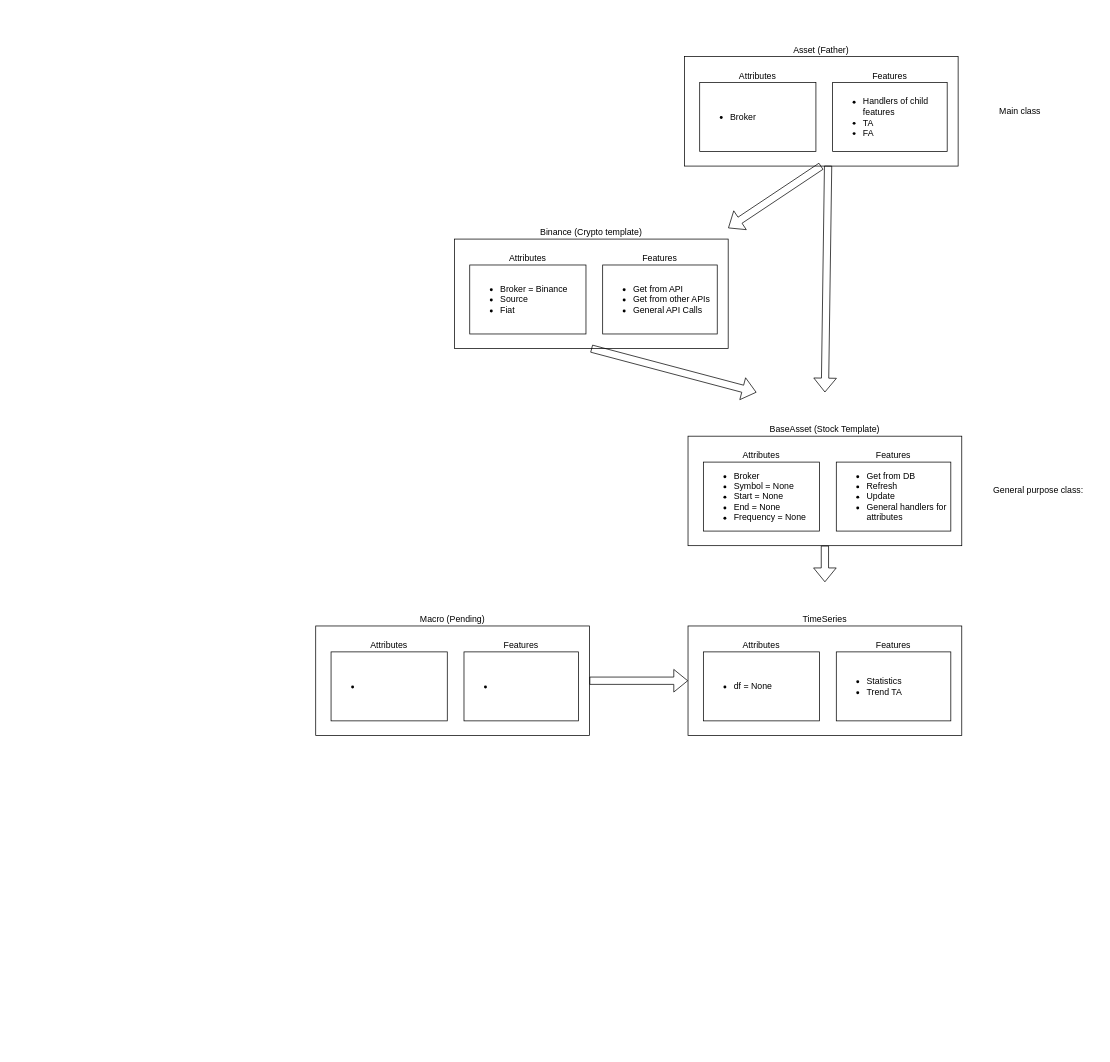
Above: page "Assets" (1 of 4) of DesignProject.drawio in RamonHA/trading (draw.io), before the change. Source tidied: cells renumbered, new cells numbered last; positions are measured from the earlier drawing's top-left corner, leaving out a move shared by most shapes. Both pictures are drawn from the tidied source at 73%, with x=0, y=0 at pixel (315, 12).
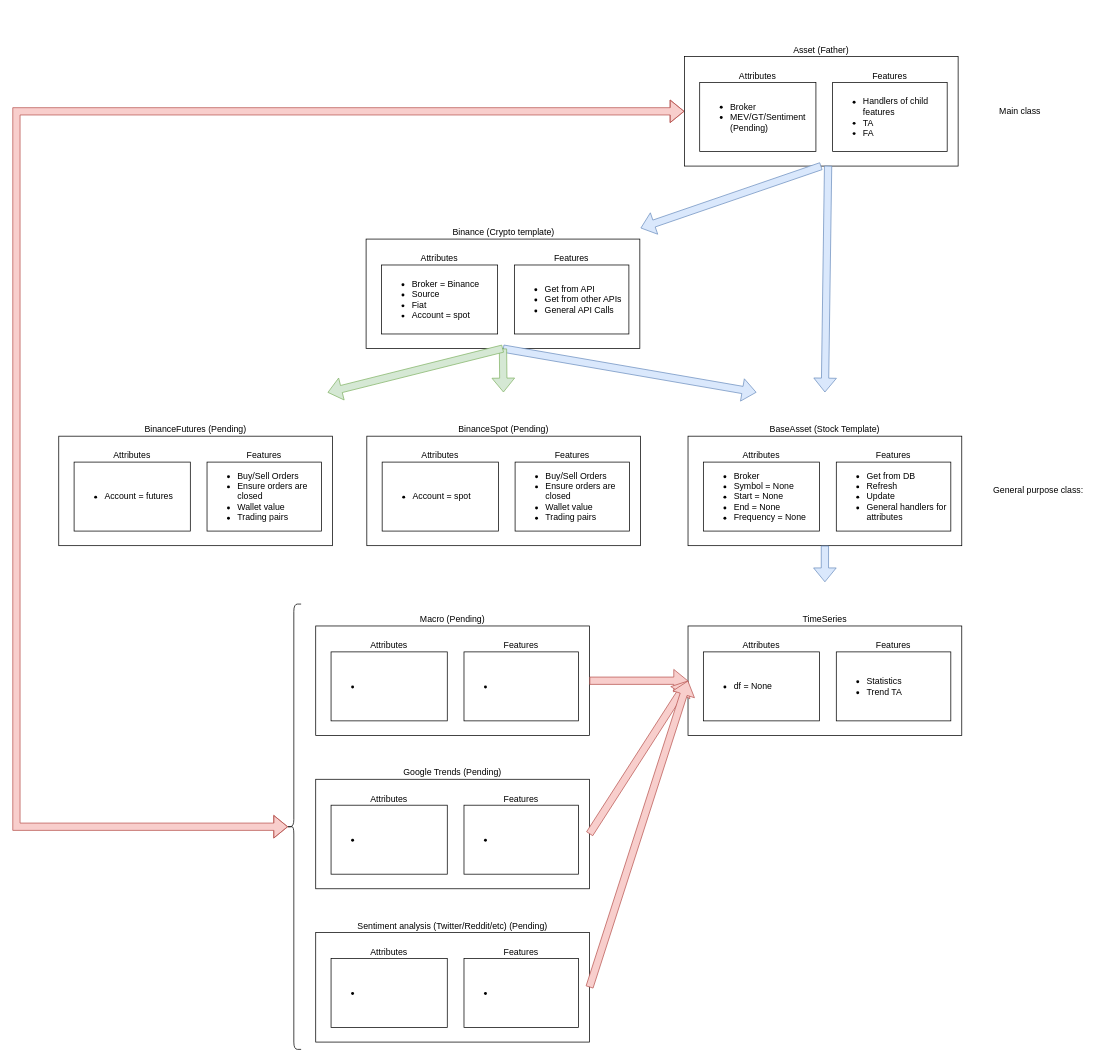
The same page after the edit.

Unchanged cells that the change refers to:
```xml
<mxCell id="3" style="rounded=0;whiteSpace=wrap;html=1;" parent="2" vertex="1">
  <mxGeometry y="60" width="375" height="150" as="geometry" />
</mxCell>
<mxCell id="5" style="group;" parent="2" vertex="1">
  <mxGeometry x="21" y="60" width="159.2" height="130" as="geometry" />
</mxCell>
<mxCell id="13" value="Binance (Crypto template)" style="text;html=1;strokeColor=none;fillColor=none;align=center;verticalAlign=bottom;whiteSpace=wrap;rounded=0;" parent="11" vertex="1">
  <mxGeometry width="375" height="60" as="geometry" />
</mxCell>
<mxCell id="21" style="rounded=0;whiteSpace=wrap;html=1;" parent="20" vertex="1">
  <mxGeometry y="60" width="375" height="150" as="geometry" />
</mxCell>
<mxCell id="22" value="BaseAsset (Stock Template)" style="text;html=1;strokeColor=none;fillColor=none;align=center;verticalAlign=bottom;whiteSpace=wrap;rounded=0;" parent="20" vertex="1">
  <mxGeometry width="375" height="60" as="geometry" />
</mxCell>
<mxCell id="35" style="rounded=0;whiteSpace=wrap;html=1;" parent="34" vertex="1">
  <mxGeometry y="60" width="375" height="150" as="geometry" />
</mxCell>
<mxCell id="42" value="TimeSeries" style="text;html=1;strokeColor=none;fillColor=none;align=center;verticalAlign=bottom;whiteSpace=wrap;rounded=0;" parent="34" vertex="1">
  <mxGeometry width="375" height="60" as="geometry" />
</mxCell>
<mxCell id="44" style="rounded=0;whiteSpace=wrap;html=1;" parent="43" vertex="1">
  <mxGeometry y="60" width="375" height="150" as="geometry" />
</mxCell>
```

What changed in the source:
```diff
@@
-    <mxCell id="6" value="&lt;ul&gt;&lt;li&gt;Broker&lt;/li&gt;&lt;/ul&gt;" style="rounded=0;whiteSpace=wrap;html=1;align=left;" parent="5" vertex="1">
+    <mxCell id="6" value="&lt;ul&gt;&lt;li&gt;Broker&lt;/li&gt;&lt;li&gt;MEV/GT/Sentiment (Pending)&lt;/li&gt;&lt;/ul&gt;" style="rounded=0;whiteSpace=wrap;html=1;align=left;" parent="5" vertex="1">
       <mxGeometry y="35.5" width="159.2" height="94.5" as="geometry" />
     </mxCell>
@@
     <mxCell id="11" style="group;" parent="1" vertex="1">
-      <mxGeometry x="190" y="250" width="375" height="220" as="geometry" />
+      <mxGeometry x="70" y="250" width="375" height="220" as="geometry" />
     </mxCell>
     <mxCell id="12" style="rounded=0;whiteSpace=wrap;html=1;" parent="11" vertex="1">
-      <mxGeometry y="60" width="375" height="150" as="geometry" />
+      <mxGeometry x="-1" y="60" width="375" height="150" as="geometry" />
     </mxCell>
@@
     <mxCell id="14" style="group;" parent="11" vertex="1">
-      <mxGeometry x="21" y="60" width="159.2" height="130" as="geometry" />
+      <mxGeometry x="20" y="60" width="159.2" height="130" as="geometry" />
     </mxCell>
-    <mxCell id="15" value="&lt;ul style=&quot;border-color: var(--border-color);&quot;&gt;&lt;li style=&quot;border-color: var(--border-color);&quot;&gt;Broker = Binance&lt;/li&gt;&lt;li style=&quot;border-color: var(--border-color);&quot;&gt;Source&lt;/li&gt;&lt;li style=&quot;border-color: var(--border-color);&quot;&gt;Fiat&lt;/li&gt;&lt;/ul&gt;" style="rounded=0;whiteSpace=wrap;html=1;align=left;" parent="14" vertex="1">
+    <mxCell id="15" value="&lt;ul style=&quot;border-color: var(--border-color);&quot;&gt;&lt;li style=&quot;border-color: var(--border-color);&quot;&gt;Broker = Binance&lt;/li&gt;&lt;li style=&quot;border-color: var(--border-color);&quot;&gt;Source&lt;/li&gt;&lt;li style=&quot;border-color: var(--border-color);&quot;&gt;Fiat&lt;/li&gt;&lt;li style=&quot;border-color: var(--border-color);&quot;&gt;Account = spot&lt;/li&gt;&lt;/ul&gt;" style="rounded=0;whiteSpace=wrap;html=1;align=left;" parent="14" vertex="1">
       <mxGeometry y="35.5" width="159.2" height="94.5" as="geometry" />
     </mxCell>
@@
     <mxCell id="17" style="group;" parent="11" vertex="1">
-      <mxGeometry x="203.1" y="60" width="156.9" height="130" as="geometry" />
+      <mxGeometry x="202.1" y="60" width="156.9" height="130" as="geometry" />
     </mxCell>
@@
-    <mxCell id="29" style="shape=flexArrow;endArrow=classic;html=1;rounded=0;entryX=0.5;entryY=0;entryDx=0;entryDy=0;exitX=0.525;exitY=0.997;exitDx=0;exitDy=0;exitPerimeter=0;" parent="1" edge="1" source="3" target="22">
+    <mxCell id="29" style="shape=flexArrow;endArrow=classic;html=1;rounded=0;entryX=0.5;entryY=0;entryDx=0;entryDy=0;exitX=0.525;exitY=0.997;exitDx=0;exitDy=0;exitPerimeter=0;fillColor=#dae8fc;strokeColor=#6c8ebf;" parent="1" edge="1" source="3" target="22">
       <mxGeometry relative="1" as="geometry" />
     </mxCell>
-    <mxCell id="30" style="shape=flexArrow;endArrow=classic;html=1;rounded=0;entryX=1;entryY=0.75;entryDx=0;entryDy=0;exitX=0.5;exitY=1;exitDx=0;exitDy=0;" parent="1" edge="1" source="3" target="13">
+    <mxCell id="30" style="shape=flexArrow;endArrow=classic;html=1;rounded=0;entryX=1;entryY=0.75;entryDx=0;entryDy=0;exitX=0.5;exitY=1;exitDx=0;exitDy=0;fillColor=#dae8fc;strokeColor=#6c8ebf;" parent="1" edge="1" source="3" target="13">
       <mxGeometry relative="1" as="geometry" />
     </mxCell>
-    <mxCell id="31" style="shape=flexArrow;endArrow=classic;html=1;rounded=0;entryX=0.25;entryY=0;entryDx=0;entryDy=0;exitX=0.5;exitY=1;exitDx=0;exitDy=0;" parent="1" edge="1" source="12" target="22">
+    <mxCell id="31" style="shape=flexArrow;endArrow=classic;html=1;rounded=0;entryX=0.25;entryY=0;entryDx=0;entryDy=0;exitX=0.5;exitY=1;exitDx=0;exitDy=0;fillColor=#dae8fc;strokeColor=#6c8ebf;" parent="1" edge="1" source="12" target="22">
       <mxGeometry relative="1" as="geometry" />
     </mxCell>
@@
-    <mxCell id="33" style="shape=flexArrow;endArrow=classic;html=1;rounded=0;exitX=0.5;exitY=1;exitDx=0;exitDy=0;entryX=0.5;entryY=0;entryDx=0;entryDy=0;" parent="1" edge="1" source="21" target="42">
+    <mxCell id="33" style="shape=flexArrow;endArrow=classic;html=1;rounded=0;exitX=0.5;exitY=1;exitDx=0;exitDy=0;entryX=0.5;entryY=0;entryDx=0;entryDy=0;fillColor=#dae8fc;strokeColor=#6c8ebf;" parent="1" edge="1" source="21" target="42">
       <mxGeometry relative="1" as="geometry" />
     </mxCell>
@@
-    <mxCell id="52" style="shape=flexArrow;endArrow=classic;html=1;rounded=0;entryX=0;entryY=0.5;entryDx=0;entryDy=0;exitX=1;exitY=0.5;exitDx=0;exitDy=0;" parent="1" edge="1" source="44" target="35">
+    <mxCell id="52" style="shape=flexArrow;endArrow=classic;html=1;rounded=0;entryX=0;entryY=0.5;entryDx=0;entryDy=0;exitX=1;exitY=0.5;exitDx=0;exitDy=0;fillColor=#f8cecc;strokeColor=#b85450;" parent="1" edge="1" source="44" target="35">
       <mxGeometry relative="1" as="geometry" />
     </mxCell>
@@
+    <mxCell id="54" style="group;" parent="1" vertex="1">
+      <mxGeometry x="70" y="520" width="375" height="220" as="geometry" />
+    </mxCell>
+    <mxCell id="55" style="rounded=0;whiteSpace=wrap;html=1;" parent="54" vertex="1">
+      <mxGeometry y="60" width="375" height="150" as="geometry" />
+    </mxCell>
+    <mxCell id="56" value="BinanceSpot (Pending)" style="text;html=1;strokeColor=none;fillColor=none;align=center;verticalAlign=bottom;whiteSpace=wrap;rounded=0;" parent="54" vertex="1">
+      <mxGeometry width="375" height="60" as="geometry" />
+    </mxCell>
+    <mxCell id="57" style="group;" parent="54" vertex="1">
+      <mxGeometry x="21" y="60" width="159.2" height="130" as="geometry" />
+    </mxCell>
+    <mxCell id="58" value="&lt;ul style=&quot;border-color: var(--border-color);&quot;&gt;&lt;li style=&quot;border-color: var(--border-color);&quot;&gt;Account = spot&lt;/li&gt;&lt;/ul&gt;" style="rounded=0;whiteSpace=wrap;html=1;align=left;" parent="57" vertex="1">
+      <mxGeometry y="35.5" width="159.2" height="94.5" as="geometry" />
+    </mxCell>
+    <mxCell id="59" value="Attributes" style="text;html=1;strokeColor=none;fillColor=none;align=center;verticalAlign=bottom;whiteSpace=wrap;rounded=0;" parent="57" vertex="1">
+      <mxGeometry width="159.2" height="35.5" as="geometry" />
+    </mxCell>
+    <mxCell id="60" style="group;" parent="54" vertex="1">
+      <mxGeometry x="203.1" y="60" width="156.9" height="130" as="geometry" />
+    </mxCell>
+    <mxCell id="61" value="&lt;ul&gt;&lt;li style=&quot;border-color: var(--border-color);&quot;&gt;Buy/Sell Orders&lt;/li&gt;&lt;li style=&quot;border-color: var(--border-color);&quot;&gt;Ensure orders are closed&lt;/li&gt;&lt;li style=&quot;border-color: var(--border-color);&quot;&gt;Wallet value&lt;/li&gt;&lt;li style=&quot;border-color: var(--border-color);&quot;&gt;Trading pairs&lt;/li&gt;&lt;/ul&gt;" style="rounded=0;whiteSpace=wrap;html=1;align=left;" parent="60" vertex="1">
+      <mxGeometry y="35.5" width="156.9" height="94.5" as="geometry" />
+    </mxCell>
+    <mxCell id="62" value="Features" style="text;html=1;strokeColor=none;fillColor=none;align=center;verticalAlign=bottom;whiteSpace=wrap;rounded=0;" parent="60" vertex="1">
+      <mxGeometry width="156.9" height="35.5" as="geometry" />
+    </mxCell>
+    <mxCell id="63" style="group;" parent="1" vertex="1">
+      <mxGeometry x="-352" y="520" width="375" height="220" as="geometry" />
+    </mxCell>
+    <mxCell id="64" style="rounded=0;whiteSpace=wrap;html=1;" parent="63" vertex="1">
+      <mxGeometry y="60" width="375" height="150" as="geometry" />
+    </mxCell>
+    <mxCell id="65" value="BinanceFutures (Pending)" style="text;html=1;strokeColor=none;fillColor=none;align=center;verticalAlign=bottom;whiteSpace=wrap;rounded=0;" parent="63" vertex="1">
+      <mxGeometry width="375" height="60" as="geometry" />
+    </mxCell>
+    <mxCell id="66" style="group;" parent="63" vertex="1">
+      <mxGeometry x="21" y="60" width="159.2" height="130" as="geometry" />
+    </mxCell>
+    <mxCell id="67" value="&lt;ul style=&quot;border-color: var(--border-color);&quot;&gt;&lt;li style=&quot;border-color: var(--border-color);&quot;&gt;Account = futures&lt;/li&gt;&lt;/ul&gt;" style="rounded=0;whiteSpace=wrap;html=1;align=left;" parent="66" vertex="1">
+      <mxGeometry y="35.5" width="159.2" height="94.5" as="geometry" />
+    </mxCell>
+    <mxCell id="68" value="Attributes" style="text;html=1;strokeColor=none;fillColor=none;align=center;verticalAlign=bottom;whiteSpace=wrap;rounded=0;" parent="66" vertex="1">
+      <mxGeometry width="159.2" height="35.5" as="geometry" />
+    </mxCell>
+    <mxCell id="69" style="group;" parent="63" vertex="1">
+      <mxGeometry x="203.1" y="60" width="156.9" height="130" as="geometry" />
+    </mxCell>
+    <mxCell id="70" value="&lt;ul&gt;&lt;li style=&quot;border-color: var(--border-color);&quot;&gt;Buy/Sell Orders&lt;/li&gt;&lt;li style=&quot;border-color: var(--border-color);&quot;&gt;Ensure orders are closed&lt;/li&gt;&lt;li style=&quot;border-color: var(--border-color);&quot;&gt;Wallet value&lt;/li&gt;&lt;li style=&quot;border-color: var(--border-color);&quot;&gt;Trading pairs&lt;/li&gt;&lt;/ul&gt;" style="rounded=0;whiteSpace=wrap;html=1;align=left;" parent="69" vertex="1">
+      <mxGeometry y="35.5" width="156.9" height="94.5" as="geometry" />
+    </mxCell>
+    <mxCell id="71" value="Features" style="text;html=1;strokeColor=none;fillColor=none;align=center;verticalAlign=bottom;whiteSpace=wrap;rounded=0;" parent="69" vertex="1">
+      <mxGeometry width="156.9" height="35.5" as="geometry" />
+    </mxCell>
+    <mxCell id="72" style="shape=flexArrow;endArrow=classic;html=1;rounded=0;exitX=0.5;exitY=1;exitDx=0;exitDy=0;fillColor=#d5e8d4;strokeColor=#82b366;" parent="1" edge="1" source="12" target="56">
+      <mxGeometry relative="1" as="geometry" />
+    </mxCell>
+    <mxCell id="73" style="shape=flexArrow;endArrow=classic;html=1;rounded=0;entryX=0.982;entryY=0.002;entryDx=0;entryDy=0;exitX=0.5;exitY=1;exitDx=0;exitDy=0;entryPerimeter=0;fillColor=#d5e8d4;strokeColor=#82b366;" parent="1" edge="1" source="12" target="65">
+      <mxGeometry relative="1" as="geometry" />
+    </mxCell>
+    <mxCell id="74" style="group;" parent="1" vertex="1">
+      <mxGeometry y="990" width="375" height="220" as="geometry" />
+    </mxCell>
+    <mxCell id="75" style="rounded=0;whiteSpace=wrap;html=1;" parent="74" vertex="1">
+      <mxGeometry y="60" width="375" height="150" as="geometry" />
+    </mxCell>
+    <mxCell id="76" value="Google Trends (Pending)" style="text;html=1;strokeColor=none;fillColor=none;align=center;verticalAlign=bottom;whiteSpace=wrap;rounded=0;" parent="74" vertex="1">
+      <mxGeometry width="375" height="60" as="geometry" />
+    </mxCell>
+    <mxCell id="77" style="group;" parent="74" vertex="1">
+      <mxGeometry x="21" y="60" width="159.2" height="130" as="geometry" />
+    </mxCell>
+    <mxCell id="78" value="&lt;ul&gt;&lt;li&gt;&lt;br&gt;&lt;/li&gt;&lt;/ul&gt;" style="rounded=0;whiteSpace=wrap;html=1;align=left;" parent="77" vertex="1">
+      <mxGeometry y="35.5" width="159.2" height="94.5" as="geometry" />
+    </mxCell>
+    <mxCell id="79" value="Attributes" style="text;html=1;strokeColor=none;fillColor=none;align=center;verticalAlign=bottom;whiteSpace=wrap;rounded=0;" parent="77" vertex="1">
+      <mxGeometry width="159.2" height="35.5" as="geometry" />
+    </mxCell>
+    <mxCell id="80" style="group;" parent="74" vertex="1">
+      <mxGeometry x="203.1" y="60" width="156.9" height="130" as="geometry" />
+    </mxCell>
+    <mxCell id="81" value="&lt;ul&gt;&lt;li&gt;&lt;br&gt;&lt;/li&gt;&lt;/ul&gt;" style="rounded=0;whiteSpace=wrap;html=1;align=left;" parent="80" vertex="1">
+      <mxGeometry y="35.5" width="156.9" height="94.5" as="geometry" />
+    </mxCell>
+    <mxCell id="82" value="Features" style="text;html=1;strokeColor=none;fillColor=none;align=center;verticalAlign=bottom;whiteSpace=wrap;rounded=0;" parent="80" vertex="1">
+      <mxGeometry width="156.9" height="35.5" as="geometry" />
+    </mxCell>
+    <mxCell id="83" style="group;" parent="1" vertex="1">
+      <mxGeometry y="1200" width="375" height="220" as="geometry" />
+    </mxCell>
+    <mxCell id="84" style="rounded=0;whiteSpace=wrap;html=1;" parent="83" vertex="1">
+      <mxGeometry y="60" width="375" height="150" as="geometry" />
+    </mxCell>
+    <mxCell id="85" value="Sentiment analysis (Twitter/Reddit/etc) (Pending)" style="text;html=1;strokeColor=none;fillColor=none;align=center;verticalAlign=bottom;whiteSpace=wrap;rounded=0;" parent="83" vertex="1">
+      <mxGeometry width="375" height="60" as="geometry" />
+    </mxCell>
+    <mxCell id="86" style="group;" parent="83" vertex="1">
+      <mxGeometry x="21" y="60" width="159.2" height="130" as="geometry" />
+    </mxCell>
+    <mxCell id="87" value="&lt;ul&gt;&lt;li&gt;&lt;br&gt;&lt;/li&gt;&lt;/ul&gt;" style="rounded=0;whiteSpace=wrap;html=1;align=left;" parent="86" vertex="1">
+      <mxGeometry y="35.5" width="159.2" height="94.5" as="geometry" />
+    </mxCell>
+    <mxCell id="88" value="Attributes" style="text;html=1;strokeColor=none;fillColor=none;align=center;verticalAlign=bottom;whiteSpace=wrap;rounded=0;" parent="86" vertex="1">
+      <mxGeometry width="159.2" height="35.5" as="geometry" />
+    </mxCell>
+    <mxCell id="89" style="group;" parent="83" vertex="1">
+      <mxGeometry x="203.1" y="60" width="156.9" height="130" as="geometry" />
+    </mxCell>
+    <mxCell id="90" value="&lt;ul&gt;&lt;li&gt;&lt;br&gt;&lt;/li&gt;&lt;/ul&gt;" style="rounded=0;whiteSpace=wrap;html=1;align=left;" parent="89" vertex="1">
+      <mxGeometry y="35.5" width="156.9" height="94.5" as="geometry" />
+    </mxCell>
+    <mxCell id="91" value="Features" style="text;html=1;strokeColor=none;fillColor=none;align=center;verticalAlign=bottom;whiteSpace=wrap;rounded=0;" parent="89" vertex="1">
+      <mxGeometry width="156.9" height="35.5" as="geometry" />
+    </mxCell>
+    <mxCell id="92" style="shape=flexArrow;endArrow=classic;html=1;rounded=0;entryX=0;entryY=0.5;entryDx=0;entryDy=0;exitX=1;exitY=0.5;exitDx=0;exitDy=0;fillColor=#f8cecc;strokeColor=#b85450;" parent="1" edge="1" source="75" target="35">
+      <mxGeometry relative="1" as="geometry" />
+    </mxCell>
+    <mxCell id="93" style="shape=flexArrow;endArrow=classic;html=1;rounded=0;entryX=0;entryY=0.5;entryDx=0;entryDy=0;exitX=1;exitY=0.5;exitDx=0;exitDy=0;fillColor=#f8cecc;strokeColor=#b85450;" parent="1" edge="1" source="84" target="35">
+      <mxGeometry relative="1" as="geometry" />
+    </mxCell>
+    <mxCell id="94" style="shape=flexArrow;endArrow=classic;startArrow=classic;html=1;rounded=0;entryX=0;entryY=0.5;entryDx=0;entryDy=0;exitX=0.1;exitY=0.5;exitDx=0;exitDy=0;exitPerimeter=0;fillColor=#f8cecc;strokeColor=#b85450;" parent="1" edge="1" source="95" target="3">
+      <mxGeometry relative="1" as="geometry">
+        <Array as="points">
+          <mxPoint x="-410" y="1115" />
+          <mxPoint x="-410" y="135" />
+        </Array>
+      </mxGeometry>
+    </mxCell>
+    <mxCell id="95" style="shape=curlyBracket;whiteSpace=wrap;html=1;rounded=1;labelPosition=left;verticalLabelPosition=middle;align=right;verticalAlign=middle;" parent="1" vertex="1">
+      <mxGeometry x="-40" y="810" width="20" height="610" as="geometry" />
+    </mxCell>
```
